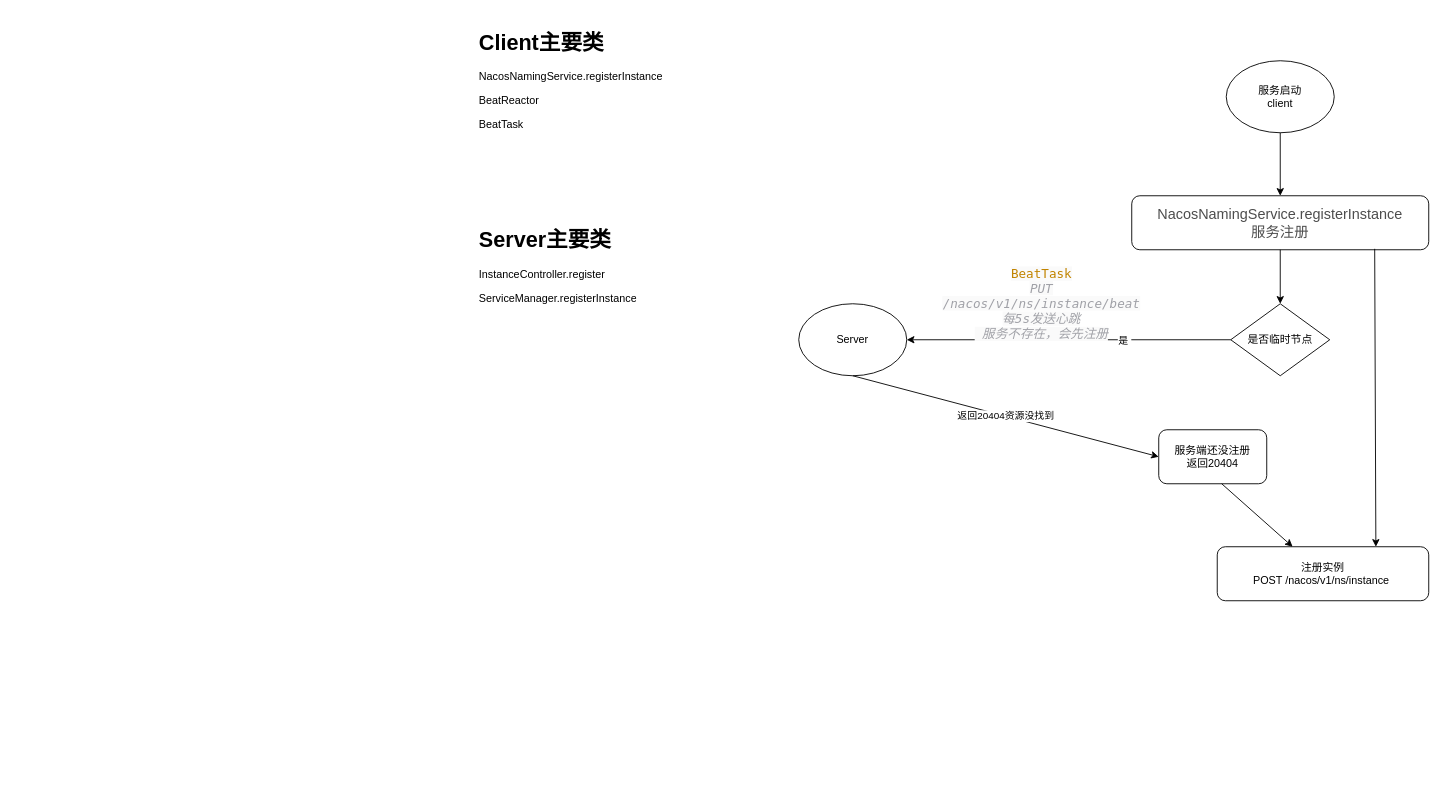
The draw.io diagram page "服务注册" (2 of 8) of 源码/nacos/nacos.drawio in kongq1983/document, before the edit. Source tidied: cells renumbered, new cells numbered last; positions are measured from the earlier drawing's top-left corner, leaving out a move shared by most shapes. Both pictures are drawn from the tidied source at 90%, with x=0, y=0 at pixel (474, 24).
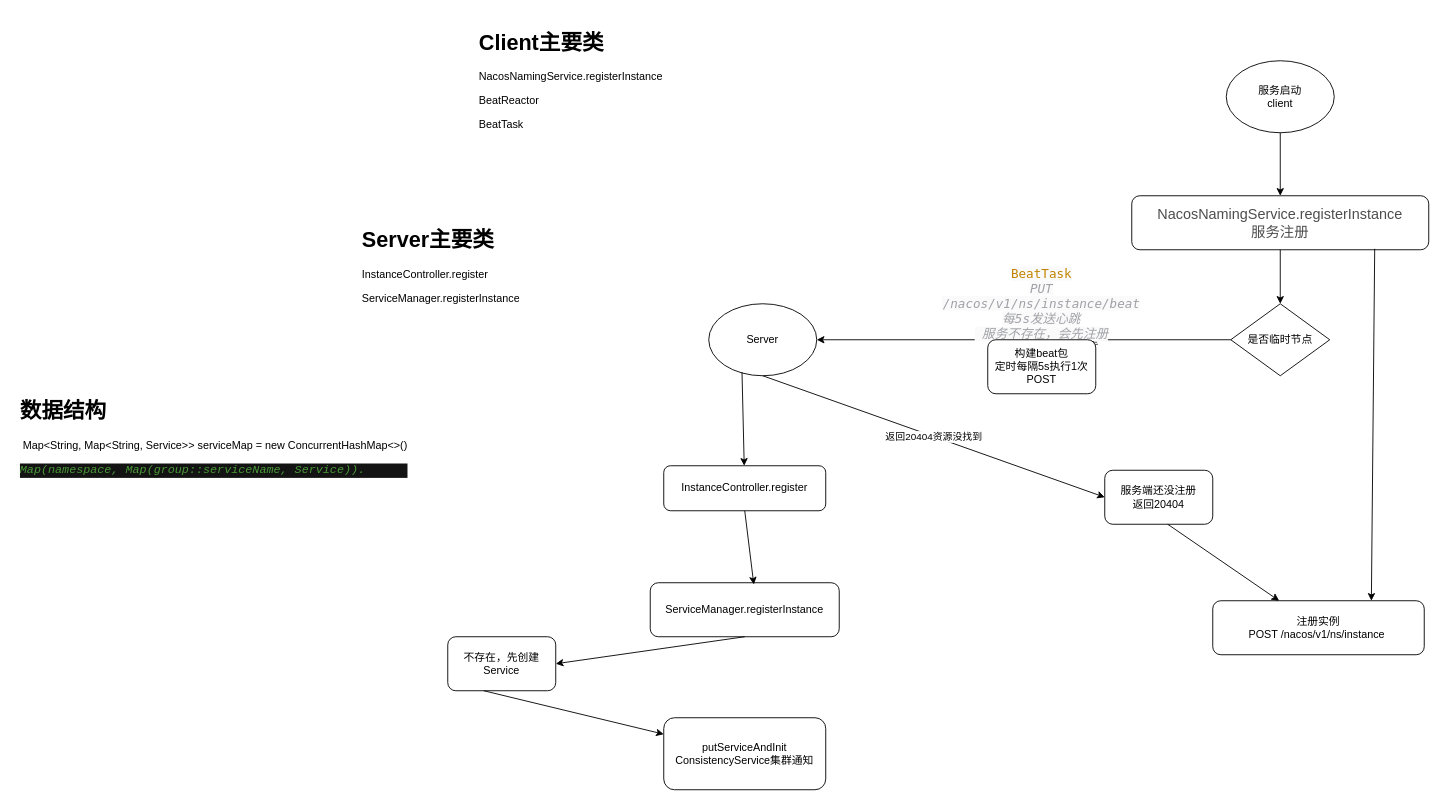
After the change.

Change to the diagram source:
```diff
@@
     <mxCell id="6" value="Server" style="ellipse;whiteSpace=wrap;html=1;" parent="1" vertex="1">
-      <mxGeometry x="360" y="310" width="120" height="80" as="geometry" />
+      <mxGeometry x="260" y="310" width="120" height="80" as="geometry" />
     </mxCell>
@@
     <mxCell id="11" value="注册实例&lt;br&gt;POST /nacos/v1/ns/instance&amp;nbsp;" style="rounded=1;whiteSpace=wrap;html=1;" parent="1" vertex="1">
-      <mxGeometry x="825" y="580" width="235" height="60" as="geometry" />
+      <mxGeometry x="820" y="640" width="235" height="60" as="geometry" />
     </mxCell>
@@
     <mxCell id="14" value="&lt;h1&gt;Server主要类&lt;/h1&gt;&lt;p&gt;&lt;span&gt;InstanceController.register&lt;/span&gt;&lt;/p&gt;&lt;p&gt;ServiceManager.registerInstance&lt;/p&gt;" style="text;html=1;strokeColor=none;fillColor=none;spacing=5;spacingTop=-20;whiteSpace=wrap;overflow=hidden;rounded=0;" parent="1" vertex="1">
-      <mxGeometry y="220" width="190" height="120" as="geometry" />
+      <mxGeometry x="-130" y="220" width="230" height="120" as="geometry" />
     </mxCell>
@@
     <mxCell id="16" value="服务端还没注册&lt;br&gt;返回20404" style="rounded=1;whiteSpace=wrap;html=1;" parent="1" vertex="1">
-      <mxGeometry x="760" y="450" width="120" height="60" as="geometry" />
+      <mxGeometry x="700" y="495" width="120" height="60" as="geometry" />
     </mxCell>
@@
+    <mxCell id="18" value="构建beat包&lt;br&gt;定时每隔5s执行1次&lt;br&gt;POST" style="rounded=1;whiteSpace=wrap;html=1;" parent="1" vertex="1">
+      <mxGeometry x="570" y="350" width="120" height="60" as="geometry" />
+    </mxCell>
+    <mxCell id="19" value="InstanceController.register" style="rounded=1;whiteSpace=wrap;html=1;" parent="1" vertex="1">
+      <mxGeometry x="210" y="490" width="180" height="50" as="geometry" />
+    </mxCell>
+    <mxCell id="20" style="endArrow=classic;html=1;exitX=0.308;exitY=0.95;exitDx=0;exitDy=0;exitPerimeter=0;" parent="1" edge="1" source="6" target="19">
+      <mxGeometry relative="1" as="geometry" />
+    </mxCell>
+    <mxCell id="21" value="&lt;span style=&quot;text-align: left&quot;&gt;ServiceManager.registerInstance&lt;/span&gt;" style="rounded=1;whiteSpace=wrap;html=1;" parent="1" vertex="1">
+      <mxGeometry x="195" y="620" width="210" height="60" as="geometry" />
+    </mxCell>
+    <mxCell id="22" style="endArrow=classic;html=1;exitX=0.5;exitY=1;exitDx=0;exitDy=0;entryX=0.548;entryY=0.033;entryDx=0;entryDy=0;entryPerimeter=0;" parent="1" edge="1" source="19" target="21">
+      <mxGeometry relative="1" as="geometry" />
+    </mxCell>
+    <mxCell id="23" value="&lt;h1&gt;数据结构&lt;/h1&gt;&lt;p&gt;&amp;nbsp;Map&amp;lt;String, Map&amp;lt;String, Service&amp;gt;&amp;gt; serviceMap = new ConcurrentHashMap&amp;lt;&amp;gt;()&lt;/p&gt;&lt;pre style=&quot;background-color: #131314 ; color: #ebebeb ; font-family: &amp;#34;consolas&amp;#34; ; font-size: 9.8pt&quot;&gt;&lt;span style=&quot;color: #499936 ; font-style: italic&quot;&gt;Map(namespace, Map(group::serviceName, Service)).&lt;/span&gt;&lt;/pre&gt;" style="text;html=1;strokeColor=none;fillColor=none;spacing=5;spacingTop=-20;whiteSpace=wrap;overflow=hidden;rounded=0;" parent="1" vertex="1">
+      <mxGeometry x="-510" y="410" width="480" height="120" as="geometry" />
+    </mxCell>
+    <mxCell id="24" value="putServiceAndInit&lt;br&gt;ConsistencyService集群通知" style="rounded=1;whiteSpace=wrap;html=1;" parent="1" vertex="1">
+      <mxGeometry x="210" y="770" width="180" height="80" as="geometry" />
+    </mxCell>
+    <mxCell id="25" style="endArrow=classic;html=1;exitX=0.5;exitY=1;exitDx=0;exitDy=0;entryX=1;entryY=0.5;entryDx=0;entryDy=0;" parent="1" edge="1" source="21" target="26">
+      <mxGeometry relative="1" as="geometry" />
+    </mxCell>
+    <mxCell id="26" value="不存在，先创建Service" style="rounded=1;whiteSpace=wrap;html=1;" parent="1" vertex="1">
+      <mxGeometry x="-30" y="680" width="120" height="60" as="geometry" />
+    </mxCell>
+    <mxCell id="27" style="endArrow=classic;html=1;" parent="1" edge="1" target="24">
+      <mxGeometry relative="1" as="geometry">
+        <mxPoint x="10" y="740" as="sourcePoint" />
+      </mxGeometry>
+    </mxCell>
```
